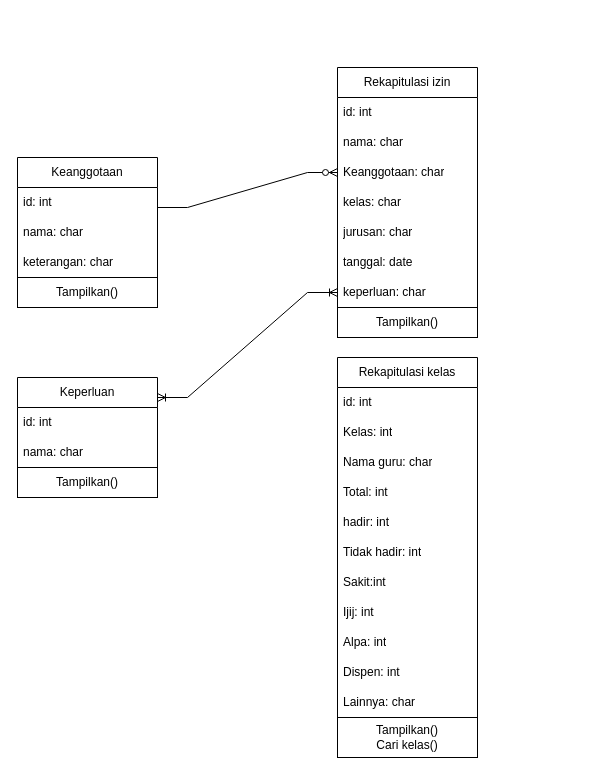
The draw.io diagram page "Page-2" (2 of 2) of piket_guru.drawio in Irgicahya/digital_perpus, before the edit. Source tidied: cells renumbered, new cells numbered last; positions are measured from the earlier drawing's top-left corner, leaving out a move shared by most shapes. Both pictures are drawn from the tidied source at 100%, with x=0, y=0 at pixel (17, 67).
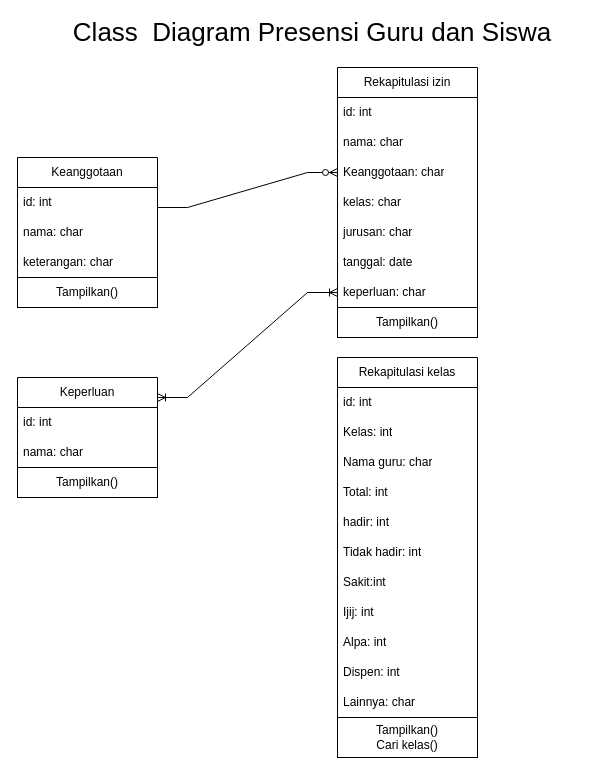
The same page after the edit.

Change to the diagram source:
```diff
@@
+    <mxCell id="36" value="&lt;font style=&quot;font-size: 26px;&quot;&gt;Class&amp;nbsp; Diagram Presensi Guru dan Siswa&lt;/font&gt;" style="text;html=1;align=center;verticalAlign=middle;whiteSpace=wrap;rounded=0;" parent="1" vertex="1">
+      <mxGeometry x="35" y="-50" width="520" height="30" as="geometry" />
+    </mxCell>
```
